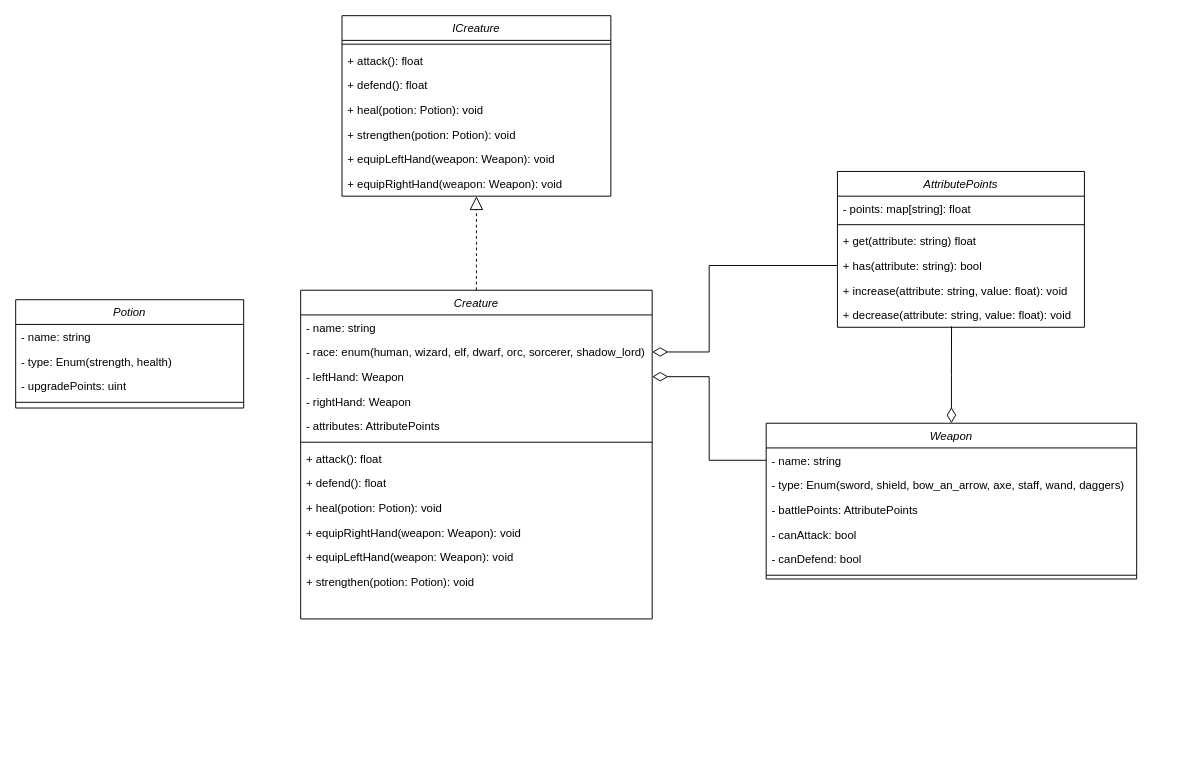
spanishGab/unind-game keeps this draw.io diagram as docs/classes-diagram.drawio. Above is the earlier version. Source tidied: cells renumbered, new cells numbered last; positions are measured from the earlier drawing's top-left corner, leaving out a move shared by most shapes. Both pictures are drawn from the tidied source at 95%, with x=0, y=0 at pixel (15, 15).
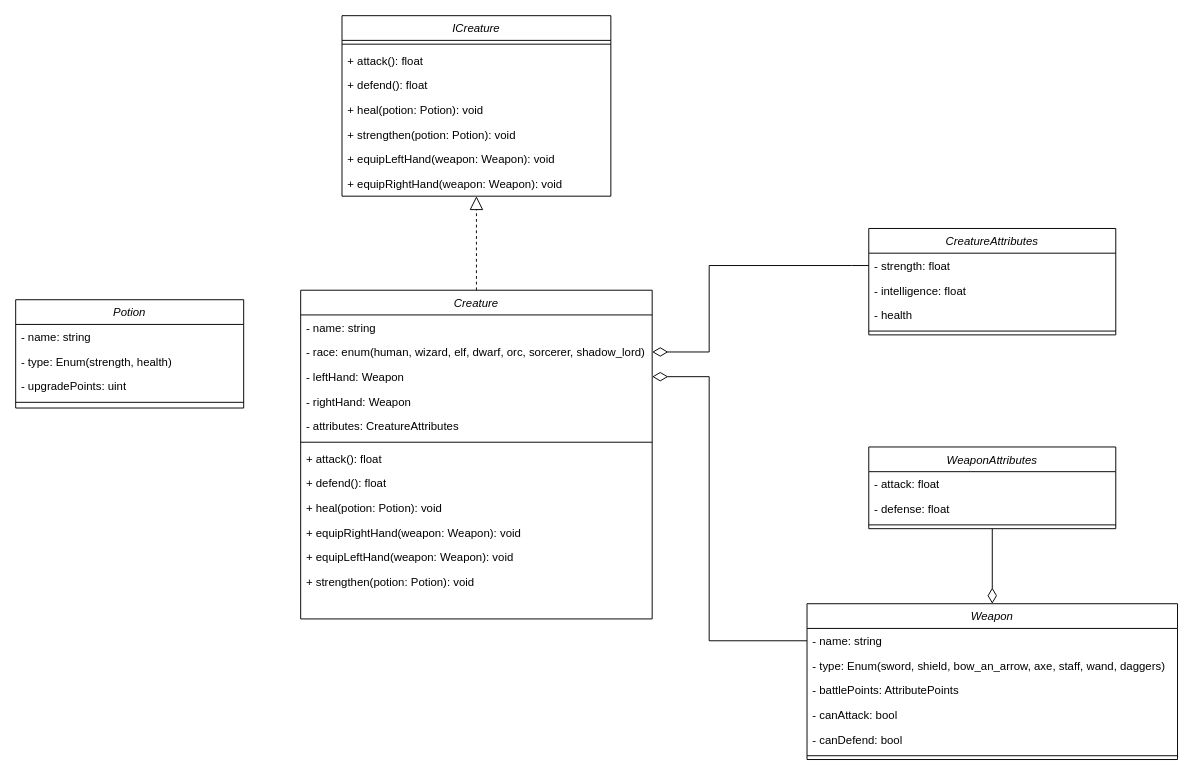
Above is the later version.

Commit message:
docs: refactoring the attributes classes

Unchanged cells that the change refers to:
```xml
<mxCell id="10" value="- name: string" style="text;align=left;verticalAlign=top;spacingLeft=4;spacingRight=4;overflow=hidden;points=[[0,0.5],[1,0.5]];portConstraint=eastwest;" parent="9" vertex="1">
  <mxGeometry y="26" width="390" height="26" as="geometry" />
</mxCell>
<mxCell id="22" value="Creature" style="swimlane;fontStyle=2;align=center;verticalAlign=top;horizontal=1;startSize=26;rounded=0;shadow=0;strokeWidth=1;" parent="1" vertex="1">
  <mxGeometry x="300" y="289" width="370" height="346" as="geometry" />
</mxCell>
<mxCell id="24" value="- race: enum(human, wizard, elf, dwarf, orc, sorcerer, shadow_lord)" style="text;align=left;verticalAlign=top;spacingLeft=4;spacingRight=4;overflow=hidden;points=[[0,0.5],[1,0.5]];portConstraint=eastwest;" parent="22" vertex="1">
  <mxGeometry y="52" width="370" height="26" as="geometry" />
</mxCell>
<mxCell id="25" value="- leftHand: Weapon" style="text;align=left;verticalAlign=top;spacingLeft=4;spacingRight=4;overflow=hidden;points=[[0,0.5],[1,0.5]];portConstraint=eastwest;" parent="22" vertex="1">
  <mxGeometry y="78" width="370" height="26" as="geometry" />
</mxCell>
```

The edit, as a diff of the source:
```diff
@@
-    <mxCell id="2" value="AttributePoints" style="swimlane;fontStyle=2;align=center;verticalAlign=top;horizontal=1;startSize=26;rounded=0;shadow=0;strokeWidth=1;" parent="1" vertex="1">
-      <mxGeometry x="865" y="164" width="260" height="164" as="geometry" />
+    <mxCell id="2" value="WeaponAttributes" style="swimlane;fontStyle=2;align=center;verticalAlign=top;horizontal=1;startSize=26;rounded=0;shadow=0;strokeWidth=1;" parent="1" vertex="1">
+      <mxGeometry x="898" y="454" width="260" height="86" as="geometry" />
     </mxCell>
-    <mxCell id="3" value="- points: map[string]: float" style="text;align=left;verticalAlign=top;spacingLeft=4;spacingRight=4;overflow=hidden;" parent="2" vertex="1">
+    <mxCell id="3" value="- attack: float" style="text;align=left;verticalAlign=top;spacingLeft=4;spacingRight=4;overflow=hidden;" parent="2" vertex="1">
       <mxGeometry y="26" width="260" height="26" as="geometry" />
     </mxCell>
+    <mxCell id="46" value="- defense: float" style="text;align=left;verticalAlign=top;spacingLeft=4;spacingRight=4;overflow=hidden;" parent="2" vertex="1">
+      <mxGeometry y="52" width="260" height="26" as="geometry" />
+    </mxCell>
     <mxCell id="4" style="line;html=1;strokeWidth=1;align=left;verticalAlign=middle;spacingTop=-1;spacingLeft=3;spacingRight=3;labelPosition=right;" parent="2" vertex="1">
-      <mxGeometry y="52" width="260" height="8" as="geometry" />
+      <mxGeometry y="78" width="260" height="8" as="geometry" />
     </mxCell>
-    <mxCell id="5" value="+ get(attribute: string) float" style="text;align=left;verticalAlign=top;spacingLeft=4;spacingRight=4;overflow=hidden;" parent="2" vertex="1">
-      <mxGeometry y="60" width="260" height="26" as="geometry" />
-    </mxCell>
-    <mxCell id="6" value="+ has(attribute: string): bool" style="text;align=left;verticalAlign=top;spacingLeft=4;spacingRight=4;overflow=hidden;points=[[0,0.5],[1,0.5]];portConstraint=eastwest;" parent="2" vertex="1">
-      <mxGeometry y="86" width="260" height="26" as="geometry" />
-    </mxCell>
-    <mxCell id="7" value="+ increase(attribute: string, value: float): void" style="text;align=left;verticalAlign=top;spacingLeft=4;spacingRight=4;overflow=hidden;" parent="2" vertex="1">
-      <mxGeometry y="112" width="260" height="26" as="geometry" />
-    </mxCell>
-    <mxCell id="8" value="+ decrease(attribute: string, value: float): void" style="text;align=left;verticalAlign=top;spacingLeft=4;spacingRight=4;overflow=hidden;points=[[0,0.5],[1,0.5]];portConstraint=eastwest;" parent="2" vertex="1">
-      <mxGeometry y="138" width="260" height="26" as="geometry" />
-    </mxCell>
     <mxCell id="9" value="Weapon" style="swimlane;fontStyle=2;align=center;verticalAlign=top;horizontal=1;startSize=26;rounded=0;shadow=0;strokeWidth=1;" parent="1" vertex="1">
-      <mxGeometry x="790" y="429" width="390" height="164" as="geometry" />
+      <mxGeometry x="833" y="619" width="390" height="164" as="geometry" />
     </mxCell>
@@
-    <mxCell id="16" style="endArrow=none;html=1;endSize=12;startArrow=diamondThin;startSize=14;startFill=0;edgeStyle=orthogonalEdgeStyle;rounded=0;entryX=0.462;entryY=0.962;entryDx=0;entryDy=0;exitX=0.5;exitY=0;exitDx=0;exitDy=0;endFill=0;entryPerimeter=0;" parent="1" edge="1" source="9" target="8">
+    <mxCell id="16" style="endArrow=none;html=1;endSize=12;startArrow=diamondThin;startSize=14;startFill=0;edgeStyle=orthogonalEdgeStyle;rounded=0;entryX=0.5;entryY=1;entryDx=0;entryDy=0;exitX=0.5;exitY=0;exitDx=0;exitDy=0;endFill=0;" parent="1" edge="1" source="9" target="2">
       <mxGeometry relative="1" as="geometry" />
     </mxCell>
@@
-    <mxCell id="27" value="- attributes: AttributePoints" style="text;align=left;verticalAlign=top;spacingLeft=4;spacingRight=4;overflow=hidden;" parent="22" vertex="1">
+    <mxCell id="27" value="- attributes: CreatureAttributes" style="text;align=left;verticalAlign=top;spacingLeft=4;spacingRight=4;overflow=hidden;" parent="22" vertex="1">
       <mxGeometry y="130" width="370" height="26" as="geometry" />
     </mxCell>
@@
-    <mxCell id="35" style="endArrow=none;html=1;endSize=12;startArrow=diamondThin;startSize=14;startFill=0;edgeStyle=orthogonalEdgeStyle;rounded=0;entryX=0;entryY=0.5;entryDx=0;entryDy=0;exitX=1;exitY=0.5;exitDx=0;exitDy=0;endFill=0;" parent="1" edge="1" source="24" target="6">
+    <mxCell id="35" style="endArrow=none;html=1;endSize=12;startArrow=diamondThin;startSize=14;startFill=0;edgeStyle=orthogonalEdgeStyle;rounded=0;entryX=0;entryY=0.5;entryDx=0;entryDy=0;exitX=1;exitY=0.5;exitDx=0;exitDy=0;endFill=0;" parent="1" edge="1" source="24" target="48">
       <mxGeometry relative="1" as="geometry">
         <Array as="points">
           <mxPoint x="730" y="354" />
           <mxPoint x="730" y="263" />
+          <mxPoint x="880" y="263" />
         </Array>
       </mxGeometry>
     </mxCell>
     <mxCell id="36" style="endArrow=none;html=1;endSize=12;startArrow=diamondThin;startSize=14;startFill=0;edgeStyle=orthogonalEdgeStyle;rounded=0;entryX=0;entryY=0.5;entryDx=0;entryDy=0;exitX=1;exitY=0.5;exitDx=0;exitDy=0;endFill=0;" parent="1" edge="1" source="25" target="10">
-      <mxGeometry relative="1" as="geometry" />
+      <mxGeometry relative="1" as="geometry">
+        <Array as="points">
+          <mxPoint x="730" y="380" />
+          <mxPoint x="730" y="658" />
+        </Array>
+      </mxGeometry>
     </mxCell>
@@
+    <mxCell id="47" value="CreatureAttributes" style="swimlane;fontStyle=2;align=center;verticalAlign=top;horizontal=1;startSize=26;rounded=0;shadow=0;strokeWidth=1;" parent="1" vertex="1">
+      <mxGeometry x="898" y="224" width="260" height="112" as="geometry" />
+    </mxCell>
+    <mxCell id="48" value="- strength: float" style="text;align=left;verticalAlign=top;spacingLeft=4;spacingRight=4;overflow=hidden;points=[[0,0.5],[1,0.5]];portConstraint=eastwest;" parent="47" vertex="1">
+      <mxGeometry y="26" width="260" height="26" as="geometry" />
+    </mxCell>
+    <mxCell id="49" value="- intelligence: float" style="text;align=left;verticalAlign=top;spacingLeft=4;spacingRight=4;overflow=hidden;" parent="47" vertex="1">
+      <mxGeometry y="52" width="260" height="26" as="geometry" />
+    </mxCell>
+    <mxCell id="50" value="- health" style="text;align=left;verticalAlign=top;spacingLeft=4;spacingRight=4;overflow=hidden;" parent="47" vertex="1">
+      <mxGeometry y="78" width="260" height="26" as="geometry" />
+    </mxCell>
+    <mxCell id="51" style="line;html=1;strokeWidth=1;align=left;verticalAlign=middle;spacingTop=-1;spacingLeft=3;spacingRight=3;labelPosition=right;" parent="47" vertex="1">
+      <mxGeometry y="104" width="260" height="8" as="geometry" />
+    </mxCell>
```
